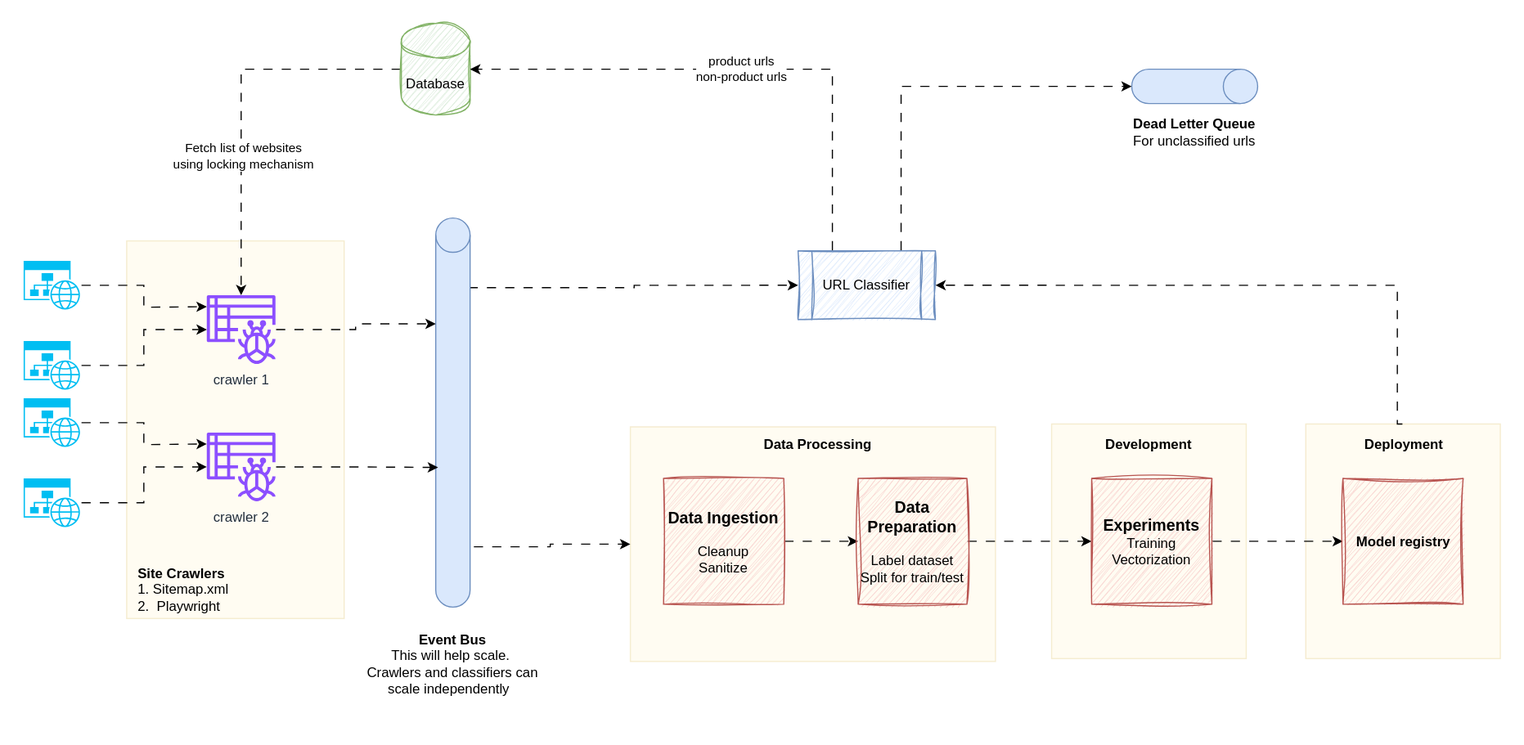
The draw.io diagram site_crawler.svg in reverie-ss/web_crawler, before a commit. Source tidied: cells renumbered, new cells last; positions are measured from the earlier drawing's top-left corner, leaving out a move shared by most shapes.
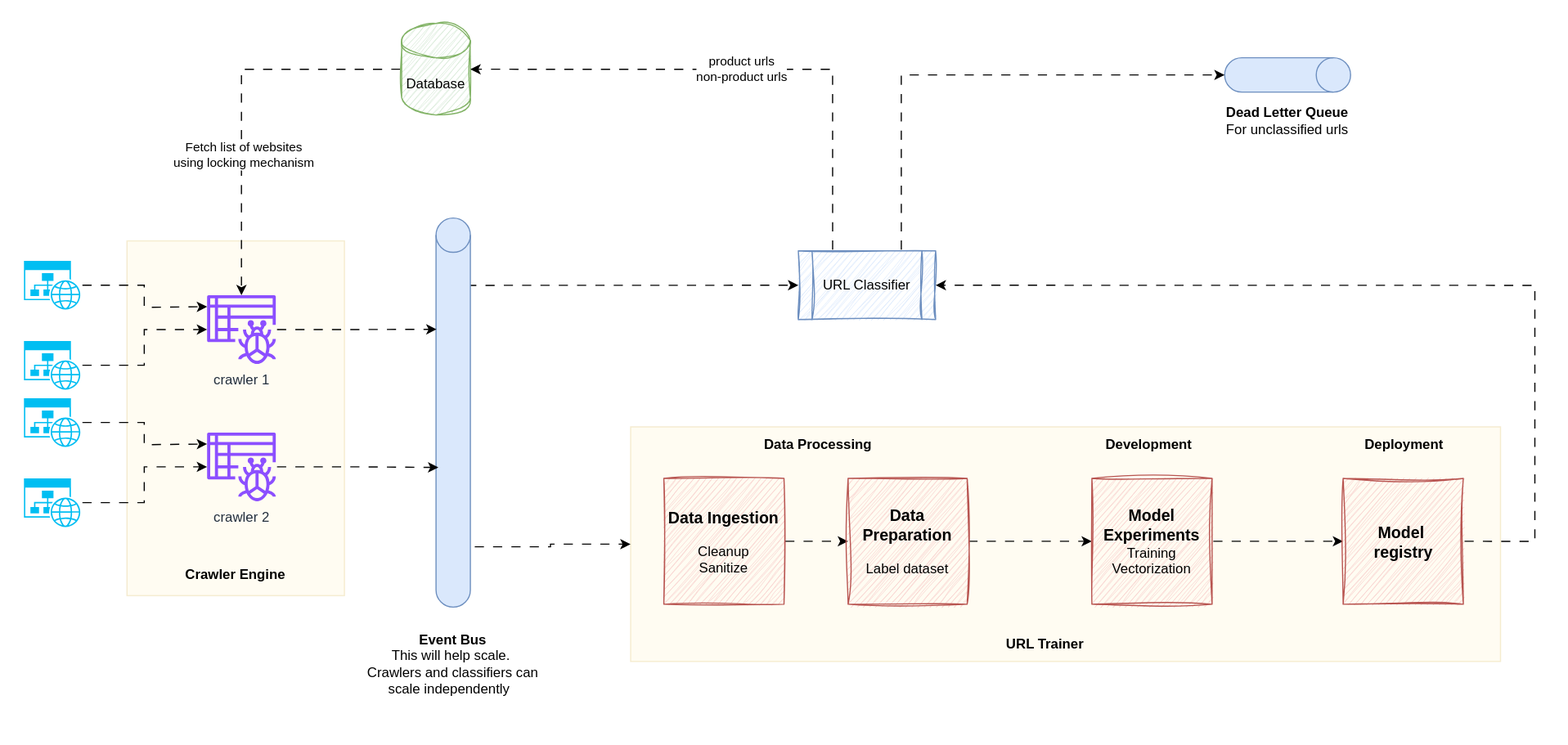
After the change.

What changed in the source:
```diff
@@ -2,26 +2,20 @@
   <root>
     <mxCell id="0" />
     <mxCell id="1" parent="0" />
-    <mxCell id="2" style="rounded=0;whiteSpace=wrap;html=1;fillColor=#fff2cc;strokeColor=#d6b656;opacity=25;" parent="1" vertex="1">
-      <mxGeometry x="90" y="190" width="190" height="330" as="geometry" />
-    </mxCell>
-    <mxCell id="3" style="rounded=0;whiteSpace=wrap;html=1;glass=0;fillColor=#fff2cc;strokeColor=#d6b656;opacity=25;" parent="1" vertex="1">
-      <mxGeometry x="1120" y="350" width="170" height="205" as="geometry" />
-    </mxCell>
-    <mxCell id="4" style="rounded=0;whiteSpace=wrap;html=1;glass=0;fillColor=#fff2cc;strokeColor=#d6b656;opacity=25;" parent="1" vertex="1">
-      <mxGeometry x="898" y="350" width="170" height="205" as="geometry" />
-    </mxCell>
-    <mxCell id="5" style="rounded=0;whiteSpace=wrap;html=1;glass=0;fillColor=#fff2cc;strokeColor=#d6b656;opacity=25;" parent="1" vertex="1">
-      <mxGeometry x="530" y="352.5" width="319" height="205" as="geometry" />
-    </mxCell>
+    <mxCell id="42" style="rounded=0;whiteSpace=wrap;html=1;fillColor=#fff2cc;strokeColor=#d6b656;opacity=25;" parent="1" vertex="1">
+      <mxGeometry x="90" y="190" width="190" height="310" as="geometry" />
+    </mxCell>
+    <mxCell id="43" style="rounded=0;whiteSpace=wrap;html=1;glass=0;fillColor=#fff2cc;strokeColor=#d6b656;opacity=25;" parent="1" vertex="1">
+      <mxGeometry x="530" y="352.5" width="760" height="205" as="geometry" />
+    </mxCell>
     <mxCell id="6" value="crawler 1" style="sketch=0;outlineConnect=0;fontColor=#232F3E;gradientColor=none;fillColor=#8C4FFF;strokeColor=none;dashed=0;verticalLabelPosition=bottom;verticalAlign=top;align=center;html=1;fontSize=12;fontStyle=0;shape=mxgraph.aws4.glue_crawlers;" parent="1" vertex="1">
       <mxGeometry x="160" y="237.5" width="60" height="60" as="geometry" />
     </mxCell>
-    <mxCell id="7" style="edgeStyle=orthogonalEdgeStyle;rounded=0;jettySize=auto;html=1;flowAnimation=1;fillColor=#d5e8d4;strokeColor=#000000;" parent="1" edge="1" source="8">
-      <mxGeometry relative="1" as="geometry">
-        <mxPoint x="160" y="247.5" as="targetPoint" />
-      </mxGeometry>
-    </mxCell>
+    <mxCell id="44" style="edgeStyle=orthogonalEdgeStyle;rounded=0;jettySize=auto;html=1;flowAnimation=1;fillColor=#d5e8d4;strokeColor=#000000;" parent="1" edge="1" source="8">
+      <mxGeometry relative="1" as="geometry">
+        <mxPoint x="160" y="247.5" as="targetPoint" />
+      </mxGeometry>
+    </mxCell>
     <mxCell id="8" style="verticalLabelPosition=bottom;html=1;verticalAlign=top;align=center;strokeColor=none;fillColor=#00BEF2;shape=mxgraph.azure.website_generic;" parent="1" vertex="1">
       <mxGeometry y="207.5" width="50" height="42.5" as="geometry" />
     </mxCell>
@@ -34,11 +28,11 @@
     <mxCell id="11" value="crawler 2" style="sketch=0;outlineConnect=0;fontColor=#232F3E;gradientColor=none;fillColor=#8C4FFF;strokeColor=none;dashed=0;verticalLabelPosition=bottom;verticalAlign=top;align=center;html=1;fontSize=12;fontStyle=0;shape=mxgraph.aws4.glue_crawlers;" parent="1" vertex="1">
       <mxGeometry x="160" y="357.5" width="60" height="60" as="geometry" />
     </mxCell>
-    <mxCell id="12" style="edgeStyle=orthogonalEdgeStyle;rounded=0;jettySize=auto;html=1;flowAnimation=1;fillColor=#d5e8d4;strokeColor=#000000;" parent="1" edge="1" source="13">
-      <mxGeometry relative="1" as="geometry">
-        <mxPoint x="160" y="367.5" as="targetPoint" />
-      </mxGeometry>
-    </mxCell>
+    <mxCell id="45" style="edgeStyle=orthogonalEdgeStyle;rounded=0;jettySize=auto;html=1;flowAnimation=1;fillColor=#d5e8d4;strokeColor=#000000;" parent="1" edge="1" source="13">
+      <mxGeometry relative="1" as="geometry">
+        <mxPoint x="160" y="367.5" as="targetPoint" />
+      </mxGeometry>
+    </mxCell>
     <mxCell id="13" style="verticalLabelPosition=bottom;html=1;verticalAlign=top;align=center;strokeColor=none;fillColor=#00BEF2;shape=mxgraph.azure.website_generic;" parent="1" vertex="1">
       <mxGeometry y="327.5" width="50" height="42.5" as="geometry" />
     </mxCell>
@@ -49,15 +43,19 @@
       <mxGeometry y="397.5" width="50" height="42.5" as="geometry" />
     </mxCell>
     <mxCell id="16" style="edgeStyle=orthogonalEdgeStyle;rounded=0;jettySize=auto;html=1;entryX=0;entryY=0.5;entryDx=0;entryDy=0;flowAnimation=1;exitX=0.938;exitY=0.179;exitDx=0;exitDy=0;exitPerimeter=0;" parent="1" edge="1" source="18" target="21">
-      <mxGeometry relative="1" as="geometry" />
+      <mxGeometry relative="1" as="geometry">
+        <Array as="points">
+          <mxPoint x="388" y="229" />
+        </Array>
+      </mxGeometry>
     </mxCell>
-    <mxCell id="17" style="edgeStyle=orthogonalEdgeStyle;rounded=0;jettySize=auto;html=1;exitX=1.092;exitY=0.845;exitDx=0;exitDy=0;exitPerimeter=0;entryX=0;entryY=0.5;entryDx=0;entryDy=0;flowAnimation=1;" parent="1" edge="1" source="18" target="5">
-      <mxGeometry relative="1" as="geometry" />
-    </mxCell>
+    <mxCell id="46" style="edgeStyle=orthogonalEdgeStyle;rounded=0;jettySize=auto;html=1;exitX=1.092;exitY=0.845;exitDx=0;exitDy=0;exitPerimeter=0;entryX=0;entryY=0.5;entryDx=0;entryDy=0;flowAnimation=1;" parent="1" edge="1" source="18" target="43">
+      <mxGeometry relative="1" as="geometry" />
+    </mxCell>
     <mxCell id="18" style="shape=cylinder3;whiteSpace=wrap;html=1;boundedLbl=1;backgroundOutline=1;size=15;fillColor=#dae8fc;strokeColor=#6c8ebf;" parent="1" vertex="1">
       <mxGeometry x="360" y="170" width="30" height="340" as="geometry" />
     </mxCell>
-    <mxCell id="19" style="edgeStyle=orthogonalEdgeStyle;rounded=0;jettySize=auto;html=1;entryX=0;entryY=0;entryDx=0;entryDy=92.5;entryPerimeter=0;flowAnimation=1;" parent="1" edge="1" source="6" target="18">
+    <mxCell id="19" style="edgeStyle=orthogonalEdgeStyle;rounded=0;jettySize=auto;html=1;entryX=0.015;entryY=0.286;entryDx=0;entryDy=0;entryPerimeter=0;flowAnimation=1;" parent="1" edge="1" source="6" target="18">
       <mxGeometry relative="1" as="geometry" />
     </mxCell>
     <mxCell id="20" style="edgeStyle=orthogonalEdgeStyle;rounded=0;jettySize=auto;html=1;entryX=0.067;entryY=0.641;entryDx=0;entryDy=0;entryPerimeter=0;flowAnimation=1;" parent="1" edge="1" source="11" target="18">
@@ -78,25 +76,25 @@
     <mxCell id="25" value="product urls&lt;div&gt;non-product urls&lt;/div&gt;" style="edgeStyle=orthogonalEdgeStyle;rounded=0;jettySize=auto;html=1;exitX=0.25;exitY=0;exitDx=0;exitDy=0;entryX=1;entryY=0.5;entryDx=0;entryDy=0;entryPerimeter=0;flowAnimation=1;" parent="1" edge="1" source="21" target="24">
       <mxGeometry relative="1" as="geometry" />
     </mxCell>
-    <mxCell id="26" style="edgeStyle=orthogonalEdgeStyle;rounded=0;jettySize=auto;html=1;flowAnimation=1;" parent="1" edge="1" source="27" target="29">
-      <mxGeometry relative="1" as="geometry" />
-    </mxCell>
+    <mxCell id="47" style="edgeStyle=orthogonalEdgeStyle;rounded=0;jettySize=auto;html=1;flowAnimation=1;" parent="1" edge="1" source="27" target="49">
+      <mxGeometry relative="1" as="geometry" />
+    </mxCell>
     <mxCell id="27" value="&lt;b&gt;&lt;font style=&quot;font-size: 14px;&quot;&gt;Data Ingestion&lt;/font&gt;&lt;/b&gt;&lt;div&gt;&lt;br&gt;&lt;/div&gt;&lt;div&gt;Cleanup&lt;/div&gt;&lt;div&gt;Sanitize&lt;/div&gt;" style="rounded=0;whiteSpace=wrap;html=1;fillColor=#f8cecc;strokeColor=#b85450;sketch=1;curveFitting=1;jiggle=2;" parent="1" vertex="1">
       <mxGeometry x="559" y="397.5" width="105" height="110" as="geometry" />
     </mxCell>
-    <mxCell id="28" style="edgeStyle=orthogonalEdgeStyle;rounded=0;jettySize=auto;html=1;flowAnimation=1;" parent="1" edge="1" source="29" target="31">
-      <mxGeometry relative="1" as="geometry" />
-    </mxCell>
-    <mxCell id="29" value="&lt;b&gt;&lt;font style=&quot;font-size: 14px;&quot;&gt;Data Preparation&lt;/font&gt;&lt;/b&gt;&lt;div&gt;&lt;br&gt;&lt;/div&gt;&lt;div&gt;Label dataset&lt;/div&gt;&lt;div&gt;Split for train/test&lt;/div&gt;" style="rounded=0;whiteSpace=wrap;html=1;sketch=1;curveFitting=1;jiggle=2;fillColor=#f8cecc;strokeColor=#b85450;" parent="1" vertex="1">
-      <mxGeometry x="729" y="397.5" width="95" height="110" as="geometry" />
-    </mxCell>
-    <mxCell id="30" style="edgeStyle=orthogonalEdgeStyle;rounded=0;jettySize=auto;html=1;flowAnimation=1;" parent="1" edge="1" source="31" target="32">
-      <mxGeometry relative="1" as="geometry" />
-    </mxCell>
-    <mxCell id="31" value="&lt;b&gt;&lt;font style=&quot;font-size: 14px;&quot;&gt;Experiments&lt;/font&gt;&lt;/b&gt;&lt;div&gt;Training&lt;/div&gt;&lt;div&gt;Vectorization&lt;/div&gt;" style="rounded=0;whiteSpace=wrap;html=1;fillColor=#f8cecc;strokeColor=#b85450;sketch=1;curveFitting=1;jiggle=2;" parent="1" vertex="1">
-      <mxGeometry x="933" y="397.5" width="105" height="110" as="geometry" />
-    </mxCell>
+    <mxCell id="48" style="edgeStyle=orthogonalEdgeStyle;rounded=0;jettySize=auto;html=1;flowAnimation=1;" parent="1" edge="1" source="49" target="51">
+      <mxGeometry relative="1" as="geometry" />
+    </mxCell>
+    <mxCell id="49" value="&lt;b&gt;&lt;font style=&quot;font-size: 14px;&quot;&gt;Data Preparation&lt;/font&gt;&lt;/b&gt;&lt;div&gt;&lt;br&gt;&lt;/div&gt;&lt;div&gt;Label dataset&lt;/div&gt;" style="rounded=0;whiteSpace=wrap;html=1;sketch=1;curveFitting=1;jiggle=2;fillColor=#f8cecc;strokeColor=#b85450;" parent="1" vertex="1">
+      <mxGeometry x="720" y="397.5" width="104" height="110" as="geometry" />
+    </mxCell>
+    <mxCell id="50" style="edgeStyle=orthogonalEdgeStyle;rounded=0;jettySize=auto;html=1;flowAnimation=1;" parent="1" edge="1" source="51" target="32">
+      <mxGeometry relative="1" as="geometry" />
+    </mxCell>
+    <mxCell id="51" value="&lt;div&gt;&lt;b&gt;&lt;font style=&quot;font-size: 14px;&quot;&gt;Model&lt;/font&gt;&lt;/b&gt;&lt;/div&gt;&lt;b&gt;&lt;font style=&quot;font-size: 14px;&quot;&gt;Experiments&lt;/font&gt;&lt;/b&gt;&lt;div&gt;Training&lt;/div&gt;&lt;div&gt;Vectorization&lt;/div&gt;" style="rounded=0;whiteSpace=wrap;html=1;fillColor=#f8cecc;strokeColor=#b85450;sketch=1;curveFitting=1;jiggle=2;" parent="1" vertex="1">
+      <mxGeometry x="933" y="397.5" width="105" height="110" as="geometry" />
+    </mxCell>
-    <mxCell id="32" value="&lt;div&gt;&lt;b&gt;Model registry&lt;/b&gt;&lt;/div&gt;" style="rounded=0;whiteSpace=wrap;html=1;sketch=1;curveFitting=1;jiggle=2;fillColor=#f8cecc;strokeColor=#b85450;" parent="1" vertex="1">
+    <mxCell id="32" value="&lt;div&gt;&lt;b&gt;&lt;font style=&quot;font-size: 14px;&quot;&gt;Model&amp;nbsp;&lt;/font&gt;&lt;/b&gt;&lt;/div&gt;&lt;div&gt;&lt;b&gt;&lt;font style=&quot;font-size: 14px;&quot;&gt;registry&lt;/font&gt;&lt;/b&gt;&lt;/div&gt;" style="rounded=0;whiteSpace=wrap;html=1;sketch=1;curveFitting=1;jiggle=2;fillColor=#f8cecc;strokeColor=#b85450;" parent="1" vertex="1">
       <mxGeometry x="1152.5" y="397.5" width="105" height="110" as="geometry" />
     </mxCell>
     <mxCell id="33" value="Data Processing" style="text;html=1;align=center;verticalAlign=middle;whiteSpace=wrap;rounded=0;fontStyle=1;" parent="1" vertex="1">
@@ -105,31 +103,34 @@
     <mxCell id="34" value="Development" style="text;html=1;align=center;verticalAlign=middle;whiteSpace=wrap;rounded=0;fontStyle=1;" parent="1" vertex="1">
       <mxGeometry x="918" y="352.5" width="130" height="30" as="geometry" />
     </mxCell>
-    <mxCell id="35" style="edgeStyle=orthogonalEdgeStyle;rounded=0;jettySize=auto;html=1;flowAnimation=1;entryX=1;entryY=0.5;entryDx=0;entryDy=0;exitX=0.5;exitY=0;exitDx=0;exitDy=0;" parent="1" edge="1" source="3" target="21">
-      <mxGeometry relative="1" as="geometry">
-        <Array as="points">
-          <mxPoint x="1200" y="350" />
-          <mxPoint x="1200" y="229" />
-        </Array>
-      </mxGeometry>
-    </mxCell>
+    <mxCell id="52" style="edgeStyle=orthogonalEdgeStyle;rounded=0;jettySize=auto;html=1;flowAnimation=1;entryX=1;entryY=0.5;entryDx=0;entryDy=0;exitX=1;exitY=0.5;exitDx=0;exitDy=0;" parent="1" edge="1" source="32" target="21">
+      <mxGeometry relative="1" as="geometry">
+        <Array as="points">
+          <mxPoint x="1320" y="453" />
+          <mxPoint x="1320" y="229" />
+        </Array>
+      </mxGeometry>
+    </mxCell>
     <mxCell id="36" value="Deployment" style="text;html=1;align=center;verticalAlign=middle;whiteSpace=wrap;rounded=0;fontStyle=1;" parent="1" vertex="1">
       <mxGeometry x="1141" y="352.5" width="130" height="30" as="geometry" />
     </mxCell>
     <mxCell id="37" value="&lt;b&gt;Event Bus&lt;/b&gt;&lt;div&gt;This will help scale.&amp;nbsp;&lt;/div&gt;&lt;div&gt;&lt;span style=&quot;background-color: transparent; color: light-dark(rgb(0, 0, 0), rgb(255, 255, 255));&quot;&gt;Crawlers and&amp;nbsp;&lt;/span&gt;&lt;span style=&quot;background-color: transparent; color: light-dark(rgb(0, 0, 0), rgb(255, 255, 255));&quot;&gt;classifiers&lt;/span&gt;&lt;span style=&quot;background-color: transparent; color: light-dark(rgb(0, 0, 0), rgb(255, 255, 255));&quot;&gt;&amp;nbsp;can scale independently&amp;nbsp;&amp;nbsp;&lt;/span&gt;&lt;/div&gt;" style="text;html=1;align=center;verticalAlign=middle;whiteSpace=wrap;rounded=0;" parent="1" vertex="1">
       <mxGeometry x="295" y="510" width="160" height="100" as="geometry" />
     </mxCell>
-    <mxCell id="38" value="&lt;b&gt;Site Crawlers&lt;/b&gt;&lt;div&gt;1. Sitemap.xml&lt;/div&gt;&lt;div&gt;2.&amp;nbsp; Playwright&lt;/div&gt;" style="text;html=1;align=left;verticalAlign=middle;whiteSpace=wrap;rounded=0;" parent="1" vertex="1">
-      <mxGeometry x="98" y="480" width="130" height="30" as="geometry" />
-    </mxCell>
-    <mxCell id="39" style="shape=cylinder3;whiteSpace=wrap;html=1;boundedLbl=1;backgroundOutline=1;size=15;fillColor=#dae8fc;strokeColor=#6c8ebf;rotation=90;" parent="1" vertex="1">
-      <mxGeometry x="1008" width="30" height="110" as="geometry" />
-    </mxCell>
-    <mxCell id="40" style="edgeStyle=orthogonalEdgeStyle;rounded=0;jettySize=auto;html=1;exitX=0.75;exitY=0;exitDx=0;exitDy=0;entryX=0.5;entryY=1;entryDx=0;entryDy=0;entryPerimeter=0;flowAnimation=1;" parent="1" edge="1" source="21" target="39">
-      <mxGeometry relative="1" as="geometry" />
-    </mxCell>
+    <mxCell id="53" value="&lt;b&gt;Crawler Engine&lt;/b&gt;" style="text;html=1;align=center;verticalAlign=middle;whiteSpace=wrap;rounded=0;" parent="1" vertex="1">
+      <mxGeometry x="90" y="466.5" width="190" height="30" as="geometry" />
+    </mxCell>
+    <mxCell id="54" style="shape=cylinder3;whiteSpace=wrap;html=1;boundedLbl=1;backgroundOutline=1;size=15;fillColor=#dae8fc;strokeColor=#6c8ebf;rotation=90;" parent="1" vertex="1">
+      <mxGeometry x="1089" y="-10" width="30" height="110" as="geometry" />
+    </mxCell>
+    <mxCell id="55" style="edgeStyle=orthogonalEdgeStyle;rounded=0;jettySize=auto;html=1;exitX=0.75;exitY=0;exitDx=0;exitDy=0;entryX=0.5;entryY=1;entryDx=0;entryDy=0;entryPerimeter=0;flowAnimation=1;" parent="1" edge="1" source="21" target="54">
+      <mxGeometry relative="1" as="geometry" />
+    </mxCell>
     <mxCell id="41" value="&lt;b&gt;Dead Letter Queue&lt;/b&gt;&lt;div&gt;For unclassified urls&lt;/div&gt;" style="text;html=1;align=center;verticalAlign=middle;whiteSpace=wrap;rounded=0;" parent="1" vertex="1">
-      <mxGeometry x="957" y="70" width="132" height="50" as="geometry" />
+      <mxGeometry x="1038" y="60" width="132" height="50" as="geometry" />
     </mxCell>
+    <mxCell id="56" value="&lt;b&gt;URL Trainer&amp;nbsp;&lt;/b&gt;" style="text;html=1;align=center;verticalAlign=middle;whiteSpace=wrap;rounded=0;" parent="1" vertex="1">
+      <mxGeometry x="824" y="527.5" width="140" height="30" as="geometry" />
+    </mxCell>
   </root>
 </mxGraphModel>
```
